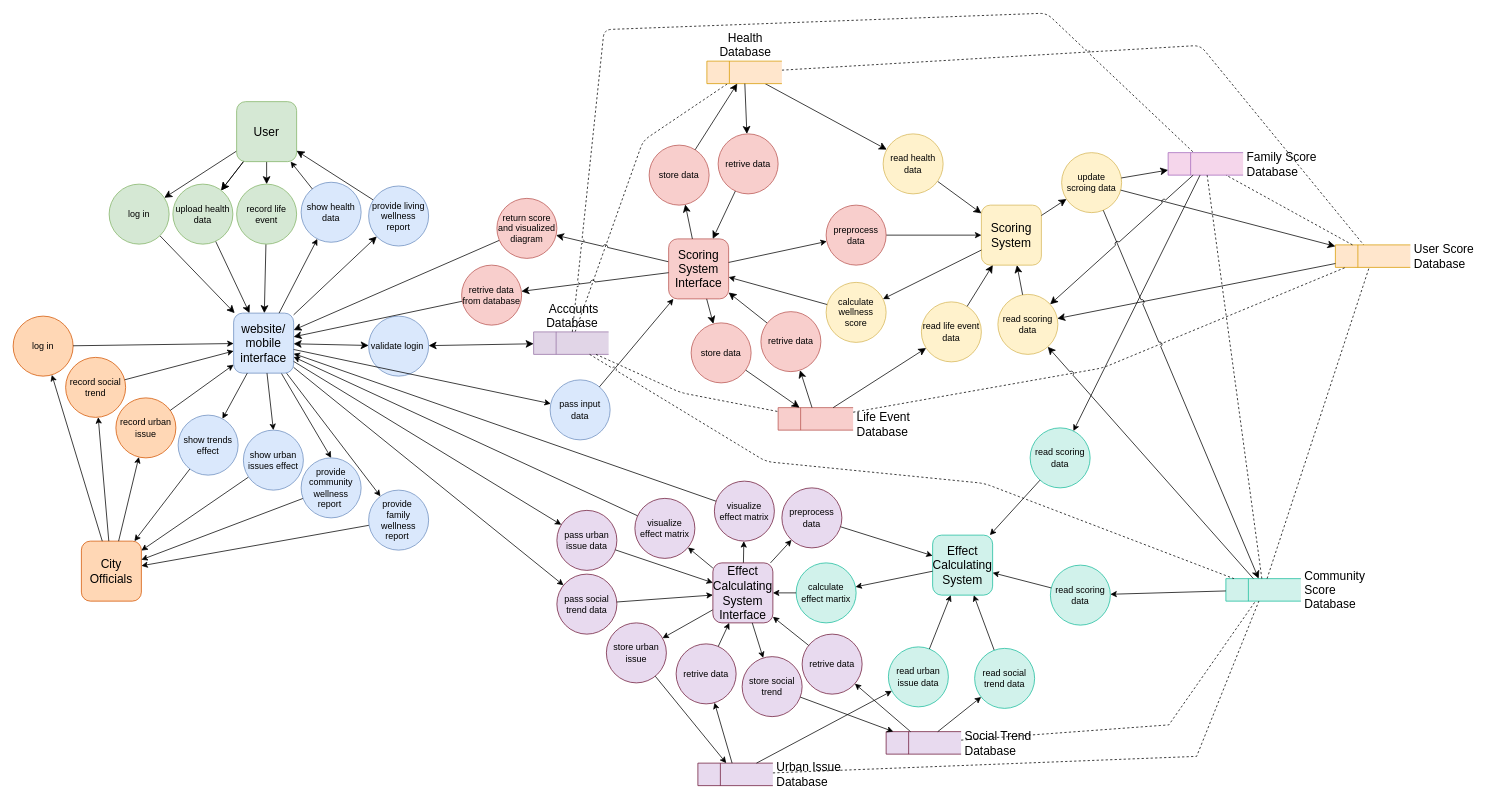
yfeng445/NEU keeps this draw.io diagram as page "detailed DFD" (1 of 2) of 1/INFO 5100/Asmts/Group Assignment 1/Deliverables/Data Flow Diagram.drawio. Above is the earlier version. Source tidied: cells renumbered, new cells numbered last; positions are measured from the earlier drawing's top-left corner, leaving out a move shared by most shapes. Both pictures are drawn from the tidied source at 75%, with x=0, y=0 at pixel (13, 13).
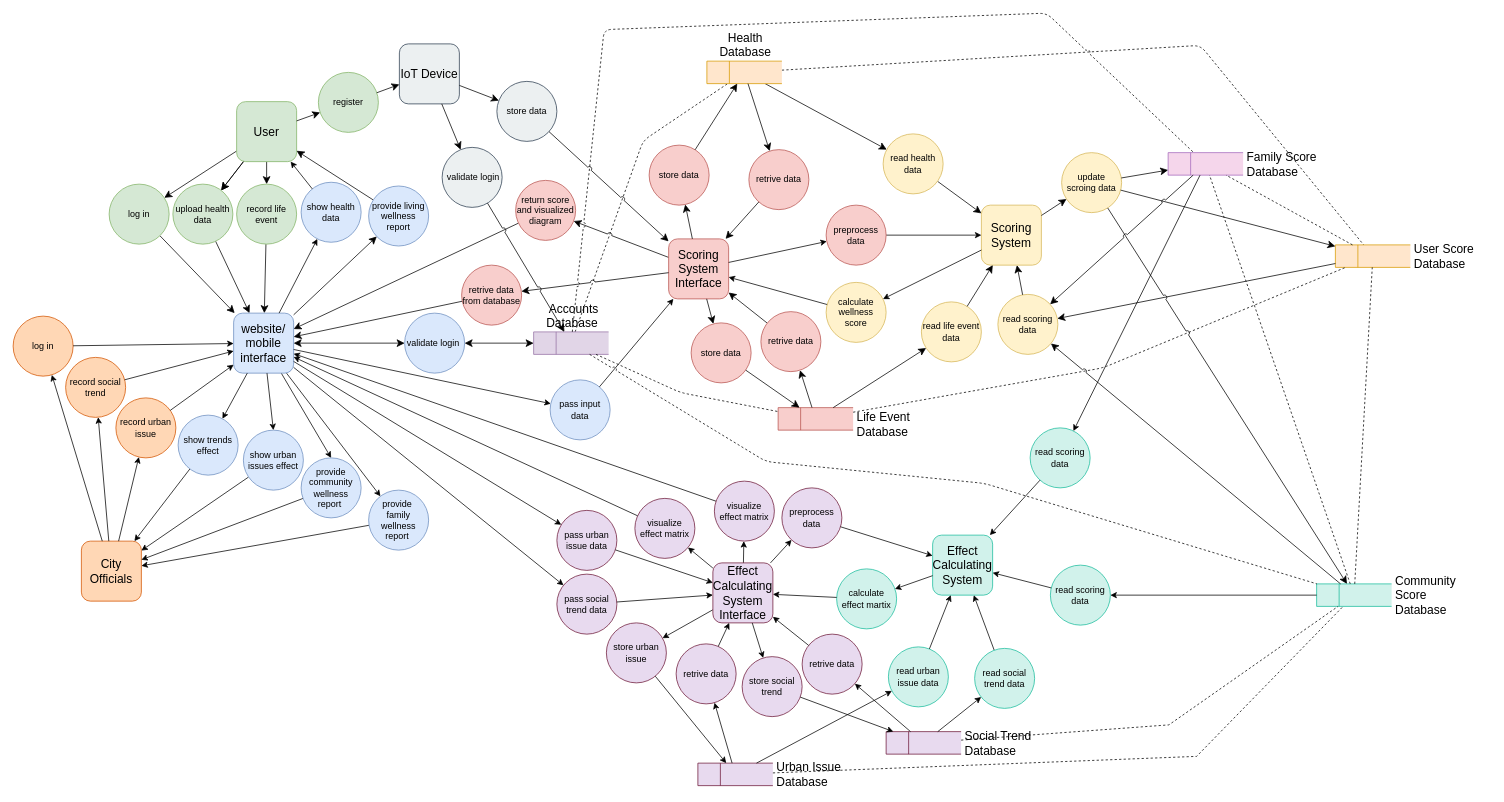
The same page after the edit.

The change refers to these unchanged cells:
```xml
<mxCell id="7" value="User" style="whiteSpace=wrap;html=1;fontSize=16;rounded=1;fillColor=#d5e8d4;strokeColor=#82b366;" parent="1" vertex="1">
  <mxGeometry x="298" y="118" width="80" height="80" as="geometry" />
</mxCell>
<mxCell id="11" value="Scoring System Interface" style="whiteSpace=wrap;html=1;fontSize=16;rounded=1;fillColor=#f8cecc;strokeColor=#b85450;" parent="1" vertex="1">
  <mxGeometry x="874" y="301" width="80" height="80" as="geometry" />
</mxCell>
<mxCell id="29" value="&amp;nbsp;&lt;span style=&quot;background-color: initial;&quot;&gt;Accounts Database&lt;/span&gt;" style="html=1;dashed=0;whiteSpace=wrap;shape=mxgraph.dfd.dataStoreID;align=center;spacingLeft=3;points=[[0,0],[0.5,0],[1,0],[0,0.5],[1,0.5],[0,1],[0.5,1],[1,1]];fontSize=16;labelPosition=center;verticalLabelPosition=top;verticalAlign=bottom;fillColor=#e1d5e7;strokeColor=#9673a6;" parent="1" vertex="1">
  <mxGeometry x="694" y="425" width="100" height="30" as="geometry" />
</mxCell>
```

Diff of the diagram source:
```diff
@@
     <mxCell id="13" value="return score and visualized diagram" style="ellipse;whiteSpace=wrap;html=1;fontSize=12;fillColor=#f8cecc;strokeColor=#b85450;" parent="1" vertex="1">
-      <mxGeometry x="645" y="247" width="80" height="80" as="geometry" />
+      <mxGeometry x="670" y="223" width="80" height="80" as="geometry" />
     </mxCell>
@@
     <mxCell id="31" value="validate login&amp;nbsp;" style="ellipse;whiteSpace=wrap;html=1;fontSize=12;fillColor=#dae8fc;strokeColor=#6c8ebf;" parent="1" vertex="1">
-      <mxGeometry x="474" y="404" width="80" height="80" as="geometry" />
+      <mxGeometry x="522" y="400" width="80" height="80" as="geometry" />
     </mxCell>
@@
     <mxCell id="74" value="retrive data" style="ellipse;whiteSpace=wrap;html=1;fontSize=12;fillColor=#f8cecc;strokeColor=#b85450;" parent="1" vertex="1">
-      <mxGeometry x="940" y="161" width="80" height="80" as="geometry" />
+      <mxGeometry x="981" y="182" width="80" height="80" as="geometry" />
     </mxCell>
@@
     <mxCell id="89" value="Community Score Database" style="html=1;dashed=0;whiteSpace=wrap;shape=mxgraph.dfd.dataStoreID;align=left;spacingLeft=3;points=[[0,0],[0.5,0],[1,0],[0,0.5],[1,0.5],[0,1],[0.5,1],[1,1]];fontSize=16;labelPosition=right;verticalLabelPosition=middle;verticalAlign=middle;fillColor=#d1f2eb;strokeColor=#1abc9c;" parent="1" vertex="1">
-      <mxGeometry x="1617" y="754" width="100" height="30" as="geometry" />
+      <mxGeometry x="1738" y="761" width="100" height="30" as="geometry" />
     </mxCell>
@@
     <mxCell id="150" value="calculate effect martix" style="ellipse;whiteSpace=wrap;html=1;fontSize=12;fillColor=#d1f2eb;strokeColor=#1abc9c;" parent="1" vertex="1">
-      <mxGeometry x="1044" y="733" width="80" height="80" as="geometry" />
+      <mxGeometry x="1098" y="741" width="80" height="80" as="geometry" />
     </mxCell>
@@
+    <mxCell id="153" value="IoT Device" style="whiteSpace=wrap;html=1;fontSize=16;rounded=1;fillColor=#ecf0f1;strokeColor=#2c3e50;" parent="1" vertex="1">
+      <mxGeometry x="515" y="41" width="80" height="80" as="geometry" />
+    </mxCell>
+    <mxCell id="154" value="store data" style="ellipse;whiteSpace=wrap;html=1;fontSize=12;fillColor=#ecf0f1;strokeColor=#2c3e50;" parent="1" vertex="1">
+      <mxGeometry x="645" y="91" width="80" height="80" as="geometry" />
+    </mxCell>
+    <mxCell id="155" style="edgeStyle=none;rounded=0;jettySize=auto;html=1;fontSize=12;startSize=8;endSize=8;jumpStyle=arc;" parent="1" edge="1" source="153" target="154">
+      <mxGeometry relative="1" as="geometry" />
+    </mxCell>
+    <mxCell id="156" style="edgeStyle=none;rounded=0;jettySize=auto;html=1;fontSize=12;startSize=8;endSize=8;jumpStyle=arc;" parent="1" edge="1" source="154" target="11">
+      <mxGeometry relative="1" as="geometry" />
+    </mxCell>
+    <mxCell id="157" value="&amp;nbsp;validate login" style="ellipse;whiteSpace=wrap;html=1;fontSize=12;fillColor=#ecf0f1;strokeColor=#2c3e50;" parent="1" vertex="1">
+      <mxGeometry x="572" y="179" width="80" height="80" as="geometry" />
+    </mxCell>
+    <mxCell id="158" style="edgeStyle=none;rounded=0;jettySize=auto;html=1;fontSize=12;startSize=8;endSize=8;jumpStyle=arc;" parent="1" edge="1" source="153" target="157">
+      <mxGeometry relative="1" as="geometry" />
+    </mxCell>
+    <mxCell id="159" style="edgeStyle=none;rounded=0;jettySize=auto;html=1;fontSize=12;startSize=8;endSize=8;jumpStyle=arc;" parent="1" edge="1" source="157" target="29">
+      <mxGeometry relative="1" as="geometry" />
+    </mxCell>
+    <mxCell id="160" value="register" style="ellipse;whiteSpace=wrap;html=1;fontSize=12;fillColor=#d5e8d4;strokeColor=#82b366;" parent="1" vertex="1">
+      <mxGeometry x="407" y="79" width="80" height="80" as="geometry" />
+    </mxCell>
+    <mxCell id="161" style="edgeStyle=none;rounded=0;jettySize=auto;html=1;fontSize=12;startSize=8;endSize=8;jumpStyle=arc;" parent="1" edge="1" source="7" target="160">
+      <mxGeometry relative="1" as="geometry" />
+    </mxCell>
+    <mxCell id="162" style="edgeStyle=none;rounded=0;jettySize=auto;html=1;fontSize=12;startSize=8;endSize=8;jumpStyle=arc;" parent="1" edge="1" source="160" target="153">
+      <mxGeometry relative="1" as="geometry" />
+    </mxCell>
```
